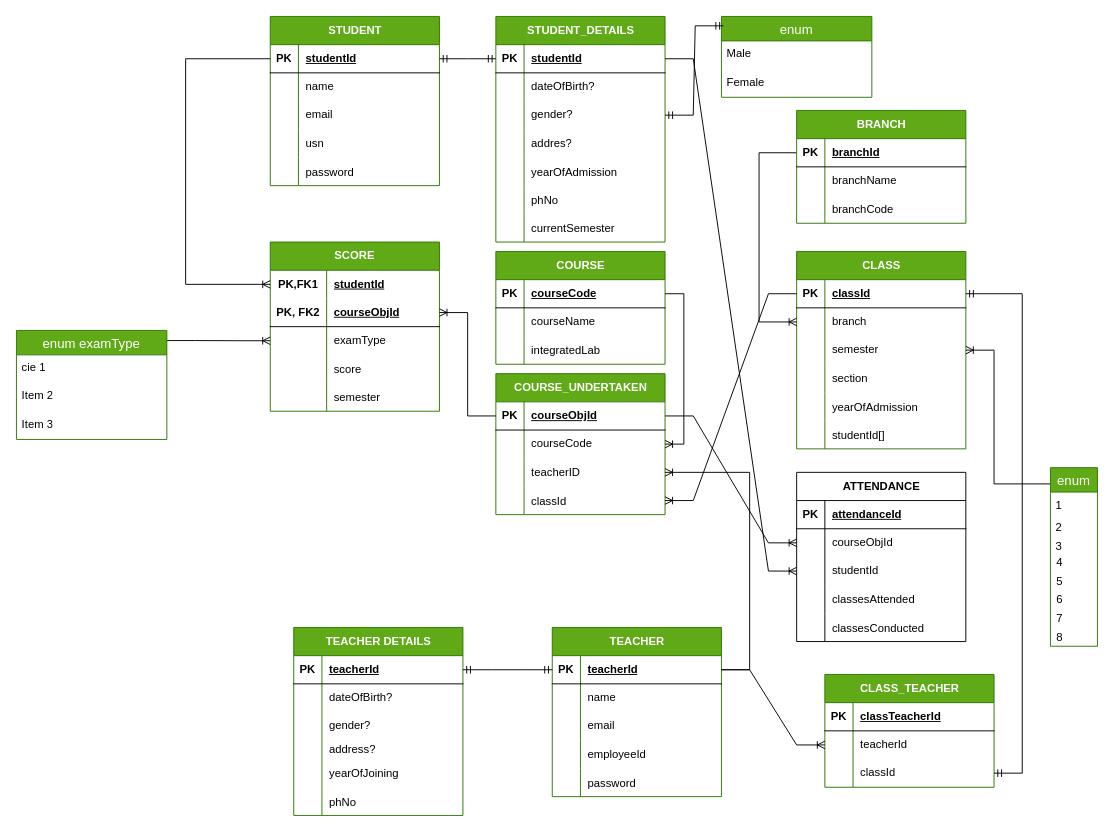
Above: server/CodeIo.drawio in raina-pulkit/CodeIO (draw.io), before the change. Source tidied: cells renumbered, new cells numbered last; positions are measured from the earlier drawing's top-left corner, leaving out a move shared by most shapes. Both pictures are drawn from the tidied source at 94%, with x=0, y=0 at pixel (16, 16).
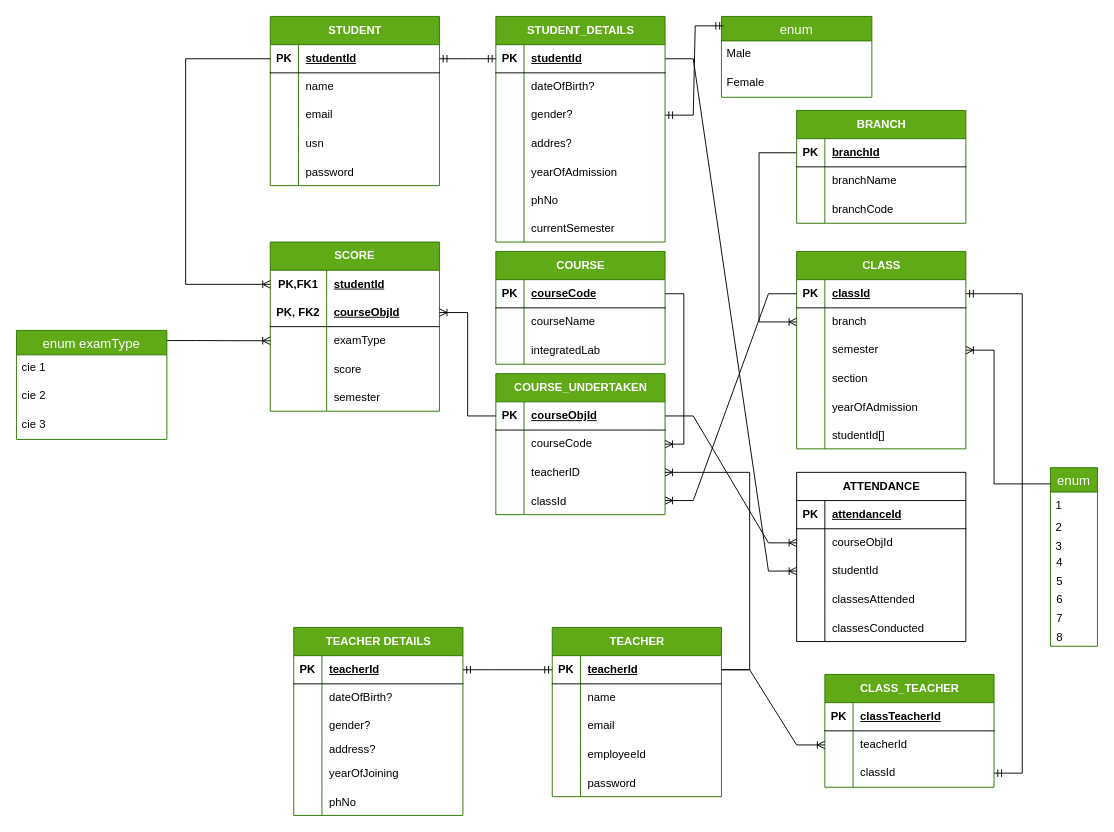
The same page after the edit.

The change refers to these unchanged cells:
```xml
<mxCell id="206" value="enum examType" style="swimlane;fontStyle=0;horizontal=1;startSize=26;align=center;fontSize=14;fillColor=#60a917;fontColor=#ffffff;strokeColor=#2D7600;" parent="1" vertex="1">
  <mxGeometry y="334" width="160" height="116" as="geometry" />
</mxCell>
```

What changed in the source:
```diff
@@
-    <mxCell id="208" value="Item 2" style="text;strokeColor=none;fillColor=none;spacingLeft=4;spacingRight=4;overflow=hidden;fontSize=12;whiteSpace=wrap;html=1;" parent="206" vertex="1">
+    <mxCell id="208" value="cie 2" style="text;strokeColor=none;fillColor=none;spacingLeft=4;spacingRight=4;overflow=hidden;fontSize=12;whiteSpace=wrap;html=1;" parent="206" vertex="1">
       <mxGeometry y="56" width="160" height="30" as="geometry" />
     </mxCell>
-    <mxCell id="209" value="Item 3" style="text;strokeColor=none;fillColor=none;spacingLeft=4;spacingRight=4;overflow=hidden;fontSize=12;whiteSpace=wrap;html=1;" parent="206" vertex="1">
+    <mxCell id="209" value="cie 3" style="text;strokeColor=none;fillColor=none;spacingLeft=4;spacingRight=4;overflow=hidden;fontSize=12;whiteSpace=wrap;html=1;" parent="206" vertex="1">
       <mxGeometry y="86" width="160" height="30" as="geometry" />
     </mxCell>
```
